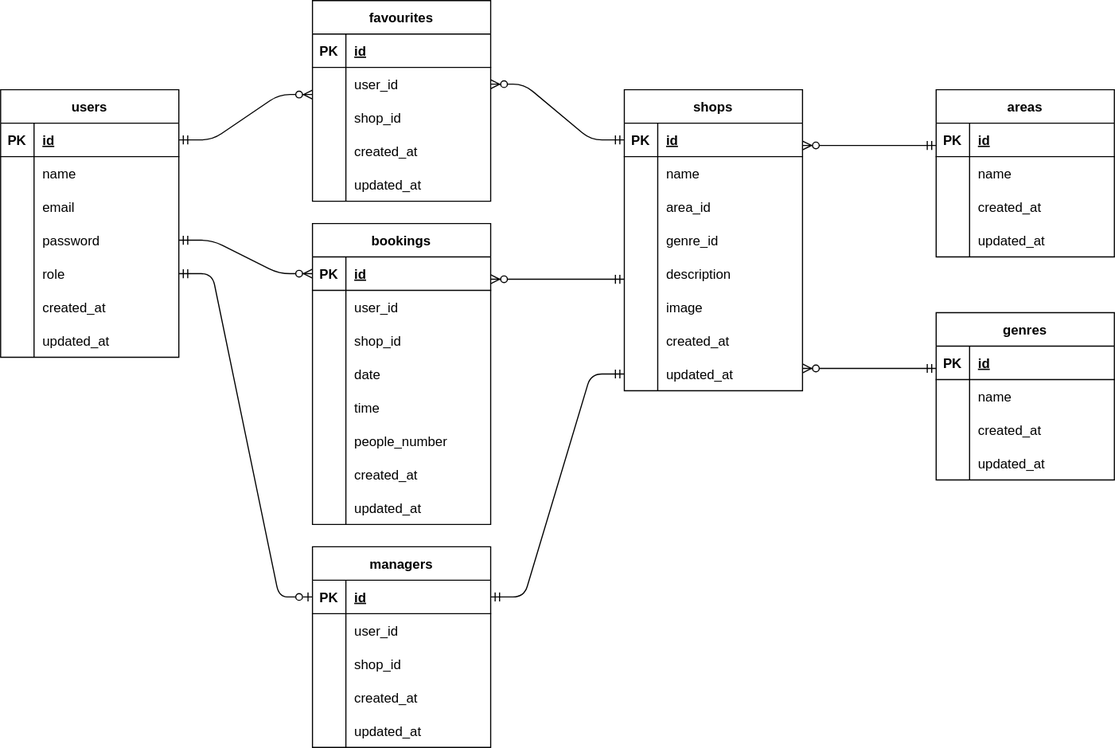
Before: index.drawio.svg, a diagram exported from draw.io (MiyokoNakada/20240603_Rese). Source tidied: cells renumbered, new cells last; positions are measured from the earlier drawing's top-left corner, leaving out a move shared by most shapes.
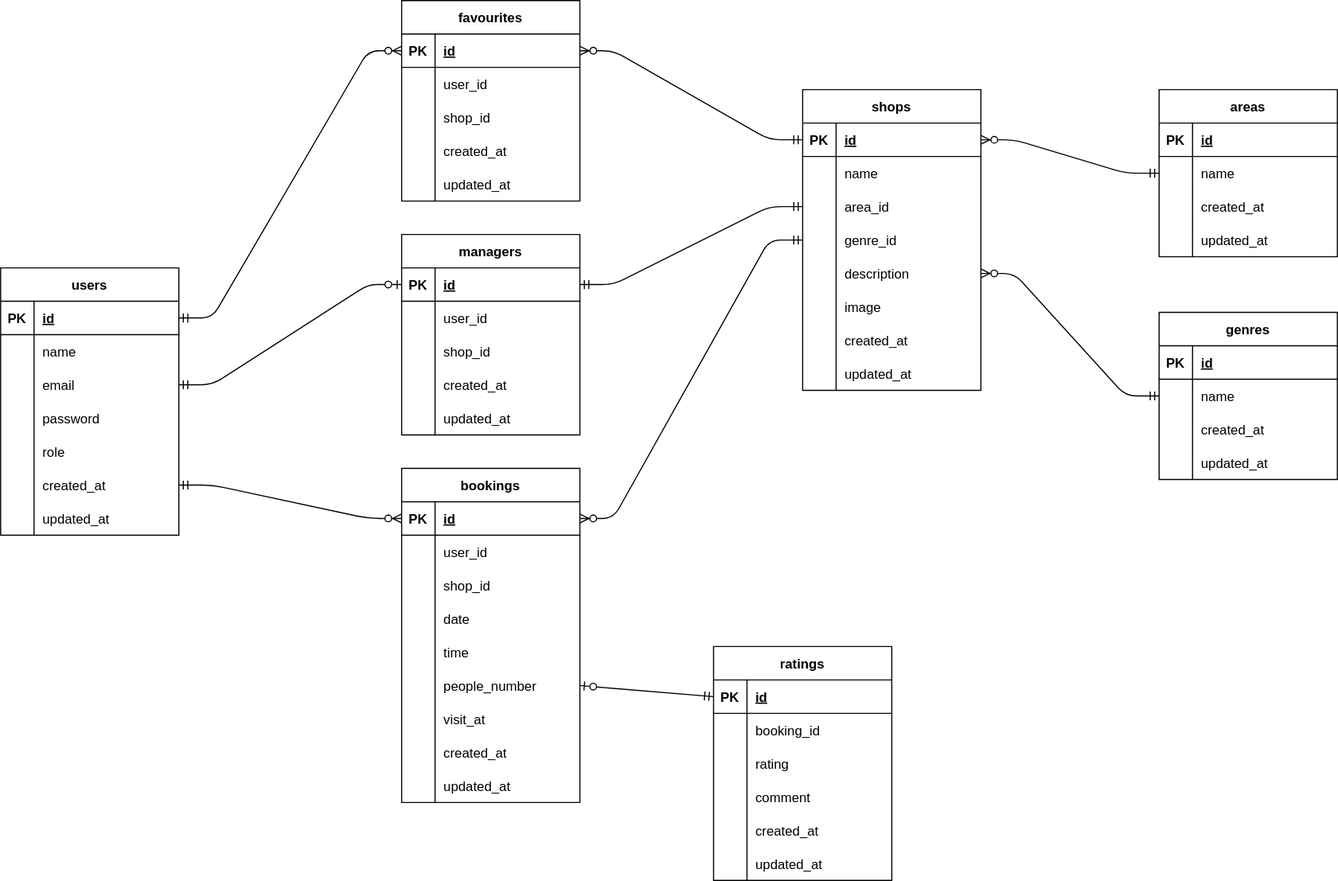
After the change.

Change to the diagram source:
```diff
@@ -3,7 +3,7 @@
     <mxCell id="0" />
     <mxCell id="1" parent="0" />
     <mxCell id="2" value="users" style="shape=table;startSize=30;rowLines=0;fontStyle=1;align=center;" parent="1" vertex="1">
-      <mxGeometry y="80" width="160" height="240" as="geometry" />
+      <mxGeometry y="280" width="160" height="240" as="geometry" />
     </mxCell>
     <mxCell id="3" style="shape=tableRow;horizontal=0;startSize=0;swimlaneHead=0;swimlaneBody=0;fillColor=none;points=[[0,0.5],[1,0.5]];portConstraint=eastwest;top=0;left=0;right=0;bottom=1;" parent="2" vertex="1">
       <mxGeometry y="30" width="160" height="30" as="geometry" />
@@ -69,7 +69,7 @@
       <mxGeometry x="30" width="130" height="30" as="geometry" />
     </mxCell>
     <mxCell id="24" value="favourites" style="shape=table;startSize=30;rowLines=0;fontStyle=1;align=center;" parent="1" vertex="1">
-      <mxGeometry x="280" width="160" height="180" as="geometry" />
+      <mxGeometry x="360" y="40" width="160" height="180" as="geometry" />
     </mxCell>
     <mxCell id="25" style="shape=tableRow;horizontal=0;startSize=0;swimlaneHead=0;swimlaneBody=0;fillColor=none;points=[[0,0.5],[1,0.5]];portConstraint=eastwest;top=0;left=0;right=0;bottom=1;" parent="24" vertex="1">
       <mxGeometry y="30" width="160" height="30" as="geometry" />
@@ -117,7 +117,7 @@
       <mxGeometry x="30" width="130" height="30" as="geometry" />
     </mxCell>
     <mxCell id="40" value="shops" style="shape=table;startSize=30;rowLines=0;fontStyle=1;align=center;" parent="1" vertex="1">
-      <mxGeometry x="560" y="80" width="160" height="270" as="geometry" />
+      <mxGeometry x="720" y="120" width="160" height="270" as="geometry" />
     </mxCell>
     <mxCell id="41" style="shape=tableRow;horizontal=0;startSize=0;swimlaneHead=0;swimlaneBody=0;fillColor=none;points=[[0,0.5],[1,0.5]];portConstraint=eastwest;top=0;left=0;right=0;bottom=1;" parent="40" vertex="1">
       <mxGeometry y="30" width="160" height="30" as="geometry" />
@@ -192,7 +192,7 @@
       <mxGeometry x="30" width="130" height="30" as="geometry" />
     </mxCell>
     <mxCell id="65" value="bookings" style="shape=table;startSize=30;rowLines=0;fontStyle=1;align=center;" parent="1" vertex="1">
-      <mxGeometry x="280" y="200" width="160" height="270" as="geometry" />
+      <mxGeometry x="360" y="460" width="160" height="300" as="geometry" />
     </mxCell>
     <mxCell id="66" style="shape=tableRow;horizontal=0;startSize=0;swimlaneHead=0;swimlaneBody=0;fillColor=none;points=[[0,0.5],[1,0.5]];portConstraint=eastwest;top=0;left=0;right=0;bottom=1;" parent="65" vertex="1">
       <mxGeometry y="30" width="160" height="30" as="geometry" />
@@ -254,7 +254,7 @@
     <mxCell id="85" style="shape=partialRectangle;fillColor=none;top=0;left=0;bottom=0;right=0;overflow=hidden;" parent="84" vertex="1">
       <mxGeometry width="30" height="30" as="geometry" />
     </mxCell>
-    <mxCell id="86" value="created_at" style="shape=partialRectangle;fillColor=none;top=0;left=0;bottom=0;right=0;align=left;spacingLeft=6;overflow=hidden;" parent="84" vertex="1">
+    <mxCell id="86" value="visit_at" style="shape=partialRectangle;fillColor=none;top=0;left=0;bottom=0;right=0;align=left;spacingLeft=6;overflow=hidden;" parent="84" vertex="1">
       <mxGeometry x="30" width="130" height="30" as="geometry" />
     </mxCell>
     <mxCell id="87" style="shape=tableRow;horizontal=0;startSize=0;swimlaneHead=0;swimlaneBody=0;fillColor=none;top=0;left=0;right=0;bottom=0;" parent="65" vertex="1">
@@ -263,11 +263,20 @@
     <mxCell id="88" style="shape=partialRectangle;fillColor=none;top=0;left=0;bottom=0;right=0;overflow=hidden;" parent="87" vertex="1">
       <mxGeometry width="30" height="30" as="geometry" />
     </mxCell>
-    <mxCell id="89" value="updated_at" style="shape=partialRectangle;fillColor=none;top=0;left=0;bottom=0;right=0;align=left;spacingLeft=6;overflow=hidden;" parent="87" vertex="1">
+    <mxCell id="89" value="created_at" style="shape=partialRectangle;fillColor=none;top=0;left=0;bottom=0;right=0;align=left;spacingLeft=6;overflow=hidden;" parent="87" vertex="1">
       <mxGeometry x="30" width="130" height="30" as="geometry" />
     </mxCell>
+    <mxCell id="140" style="shape=tableRow;horizontal=0;startSize=0;swimlaneHead=0;swimlaneBody=0;fillColor=none;top=0;left=0;right=0;bottom=0;" parent="65" vertex="1">
+      <mxGeometry y="270" width="160" height="30" as="geometry" />
+    </mxCell>
+    <mxCell id="141" style="shape=partialRectangle;fillColor=none;top=0;left=0;bottom=0;right=0;overflow=hidden;" parent="140" vertex="1">
+      <mxGeometry width="30" height="30" as="geometry" />
+    </mxCell>
+    <mxCell id="142" value="updated_at" style="shape=partialRectangle;fillColor=none;top=0;left=0;bottom=0;right=0;align=left;spacingLeft=6;overflow=hidden;" parent="140" vertex="1">
+      <mxGeometry x="30" width="130" height="30" as="geometry" />
+    </mxCell>
     <mxCell id="90" value="areas" style="shape=table;startSize=30;rowLines=0;fontStyle=1;align=center;" parent="1" vertex="1">
-      <mxGeometry x="840" y="80" width="160" height="150" as="geometry" />
+      <mxGeometry x="1040" y="120" width="160" height="150" as="geometry" />
     </mxCell>
     <mxCell id="91" style="shape=tableRow;horizontal=0;startSize=0;swimlaneHead=0;swimlaneBody=0;fillColor=none;top=0;left=0;right=0;bottom=1;" parent="90" vertex="1">
       <mxGeometry y="30" width="160" height="30" as="geometry" />
@@ -306,7 +315,7 @@
       <mxGeometry x="30" width="130" height="30" as="geometry" />
     </mxCell>
     <mxCell id="103" value="genres" style="shape=table;startSize=30;rowLines=0;fontStyle=1;align=center;" parent="1" vertex="1">
-      <mxGeometry x="840" y="280" width="160" height="150" as="geometry" />
+      <mxGeometry x="1040" y="320" width="160" height="150" as="geometry" />
     </mxCell>
     <mxCell id="104" style="shape=tableRow;horizontal=0;startSize=0;swimlaneHead=0;swimlaneBody=0;fillColor=none;top=0;left=0;right=0;bottom=1;" parent="103" vertex="1">
       <mxGeometry y="30" width="160" height="30" as="geometry" />
@@ -344,35 +353,26 @@
     <mxCell id="115" value="updated_at" style="shape=partialRectangle;fillColor=none;top=0;left=0;bottom=0;right=0;align=left;spacingLeft=6;overflow=hidden;" parent="113" vertex="1">
       <mxGeometry x="30" width="130" height="30" as="geometry" />
     </mxCell>
-    <mxCell id="116" style="edgeStyle=entityRelationEdgeStyle;fontSize=12;html=1;endArrow=ERzeroToMany;startArrow=ERmandOne;exitX=1;exitY=0.5;exitDx=0;exitDy=0;entryX=0;entryY=0.81;entryDx=0;entryDy=0;entryPerimeter=0;" parent="1" edge="1" source="3" target="28">
+    <mxCell id="116" style="edgeStyle=entityRelationEdgeStyle;fontSize=12;html=1;endArrow=ERzeroToMany;startArrow=ERmandOne;exitX=1;exitY=0.5;exitDx=0;exitDy=0;entryX=0;entryY=0.5;entryDx=0;entryDy=0;" parent="1" edge="1" source="3" target="25">
       <mxGeometry relative="1" as="geometry" />
     </mxCell>
-    <mxCell id="117" style="fontSize=12;html=1;endArrow=ERzeroToMany;startArrow=ERmandOne;entryX=1;entryY=0.5;entryDx=0;entryDy=0;strokeColor=default;edgeStyle=entityRelationEdgeStyle;exitX=0;exitY=0.5;exitDx=0;exitDy=0;" parent="1" edge="1" source="41" target="28">
+    <mxCell id="117" style="fontSize=12;html=1;endArrow=ERzeroToMany;startArrow=ERmandOne;entryX=1;entryY=0.5;entryDx=0;entryDy=0;strokeColor=default;edgeStyle=entityRelationEdgeStyle;exitX=0;exitY=0.5;exitDx=0;exitDy=0;" parent="1" edge="1" source="41" target="25">
       <mxGeometry relative="1" as="geometry" />
     </mxCell>
-    <mxCell id="118" style="fontSize=12;html=1;endArrow=ERzeroToMany;startArrow=ERmandOne;exitX=1;exitY=0.5;exitDx=0;exitDy=0;entryX=0;entryY=0.5;entryDx=0;entryDy=0;strokeColor=default;" parent="1" edge="1">
-      <mxGeometry relative="1" as="geometry">
-        <mxPoint x="840" y="130" as="sourcePoint" />
-        <mxPoint x="720" y="130" as="targetPoint" />
-      </mxGeometry>
+    <mxCell id="118" style="fontSize=12;html=1;endArrow=ERzeroToMany;startArrow=ERmandOne;exitX=0;exitY=0.5;exitDx=0;exitDy=0;entryX=1;entryY=0.5;entryDx=0;entryDy=0;strokeColor=default;jumpStyle=none;edgeStyle=entityRelationEdgeStyle;" parent="1" edge="1" source="94" target="41">
+      <mxGeometry relative="1" as="geometry" />
     </mxCell>
-    <mxCell id="119" style="fontSize=12;html=1;endArrow=ERzeroToMany;startArrow=ERmandOne;exitX=1;exitY=0.5;exitDx=0;exitDy=0;entryX=0;entryY=0.5;entryDx=0;entryDy=0;strokeColor=default;" parent="1" edge="1">
-      <mxGeometry relative="1" as="geometry">
-        <mxPoint x="840" y="330" as="sourcePoint" />
-        <mxPoint x="720" y="330" as="targetPoint" />
-      </mxGeometry>
+    <mxCell id="119" style="fontSize=12;html=1;endArrow=ERzeroToMany;startArrow=ERmandOne;exitX=0;exitY=0.5;exitDx=0;exitDy=0;entryX=1;entryY=0.5;entryDx=0;entryDy=0;strokeColor=default;edgeStyle=entityRelationEdgeStyle;" parent="1" edge="1" source="107" target="53">
+      <mxGeometry relative="1" as="geometry" />
     </mxCell>
-    <mxCell id="120" style="fontSize=12;html=1;endArrow=ERzeroToMany;startArrow=ERmandOne;exitX=1;exitY=0.5;exitDx=0;exitDy=0;entryX=0;entryY=0.5;entryDx=0;entryDy=0;strokeColor=default;" parent="1" edge="1">
-      <mxGeometry relative="1" as="geometry">
-        <mxPoint x="560" y="250" as="sourcePoint" />
-        <mxPoint x="440" y="250" as="targetPoint" />
-      </mxGeometry>
+    <mxCell id="120" style="fontSize=12;html=1;endArrow=ERzeroToMany;startArrow=ERmandOne;exitX=0;exitY=0.5;exitDx=0;exitDy=0;strokeColor=default;edgeStyle=entityRelationEdgeStyle;" parent="1" edge="1" source="50" target="66">
+      <mxGeometry relative="1" as="geometry" />
     </mxCell>
-    <mxCell id="121" style="edgeStyle=entityRelationEdgeStyle;fontSize=12;html=1;endArrow=ERzeroToMany;startArrow=ERmandOne;exitX=1;exitY=0.5;exitDx=0;exitDy=0;entryX=0;entryY=0.5;entryDx=0;entryDy=0;" parent="1" edge="1" source="12" target="66">
+    <mxCell id="121" style="edgeStyle=entityRelationEdgeStyle;fontSize=12;html=1;endArrow=ERzeroToMany;startArrow=ERmandOne;exitX=1;exitY=0.5;exitDx=0;exitDy=0;entryX=0;entryY=0.5;entryDx=0;entryDy=0;" parent="1" edge="1" source="18" target="66">
       <mxGeometry relative="1" as="geometry" />
     </mxCell>
     <mxCell id="122" value="managers" style="shape=table;startSize=30;rowLines=0;fontStyle=1;align=center;" parent="1" vertex="1">
-      <mxGeometry x="280" y="490" width="160" height="180" as="geometry" />
+      <mxGeometry x="360" y="250" width="160" height="180" as="geometry" />
     </mxCell>
     <mxCell id="123" style="shape=tableRow;horizontal=0;startSize=0;swimlaneHead=0;swimlaneBody=0;fillColor=none;points=[[0,0.5],[1,0.5]];portConstraint=eastwest;top=0;left=0;right=0;bottom=1;" parent="122" vertex="1">
       <mxGeometry y="30" width="160" height="30" as="geometry" />
@@ -419,11 +419,71 @@
     <mxCell id="137" value="updated_at" style="shape=partialRectangle;fillColor=none;top=0;left=0;bottom=0;right=0;align=left;spacingLeft=6;overflow=hidden;" parent="135" vertex="1">
       <mxGeometry x="30" width="130" height="30" as="geometry" />
     </mxCell>
-    <mxCell id="138" style="edgeStyle=entityRelationEdgeStyle;fontSize=12;html=1;endArrow=ERzeroToOne;startArrow=ERmandOne;exitX=1;exitY=0.5;exitDx=0;exitDy=0;entryX=0;entryY=0.5;entryDx=0;entryDy=0;endFill=0;" parent="1" edge="1" source="15" target="123">
+    <mxCell id="138" style="edgeStyle=entityRelationEdgeStyle;fontSize=12;html=1;endArrow=ERzeroToOne;startArrow=ERmandOne;entryX=0;entryY=0.5;entryDx=0;entryDy=0;endFill=0;" parent="1" edge="1" source="9" target="123">
       <mxGeometry relative="1" as="geometry" />
     </mxCell>
-    <mxCell id="139" style="fontSize=12;html=1;endArrow=ERmandOne;startArrow=ERmandOne;entryX=1;entryY=0.5;entryDx=0;entryDy=0;strokeColor=default;edgeStyle=entityRelationEdgeStyle;exitX=0;exitY=0.5;exitDx=0;exitDy=0;startFill=0;endFill=0;" parent="1" edge="1" source="62" target="123">
+    <mxCell id="139" style="fontSize=12;html=1;endArrow=ERmandOne;startArrow=ERmandOne;entryX=1;entryY=0.5;entryDx=0;entryDy=0;strokeColor=default;edgeStyle=entityRelationEdgeStyle;exitX=0;exitY=0.5;exitDx=0;exitDy=0;startFill=0;endFill=0;" parent="1" edge="1" source="47" target="123">
       <mxGeometry relative="1" as="geometry" />
     </mxCell>
+    <mxCell id="143" value="ratings" style="shape=table;startSize=30;rowLines=0;fontStyle=1;align=center;" parent="1" vertex="1">
+      <mxGeometry x="640" y="620" width="160" height="210" as="geometry" />
+    </mxCell>
+    <mxCell id="144" style="shape=tableRow;horizontal=0;startSize=0;swimlaneHead=0;swimlaneBody=0;fillColor=none;points=[[0,0.5],[1,0.5]];portConstraint=eastwest;top=0;left=0;right=0;bottom=1;" parent="143" vertex="1">
+      <mxGeometry y="30" width="160" height="30" as="geometry" />
+    </mxCell>
+    <mxCell id="145" value="PK" style="shape=partialRectangle;fillColor=none;top=0;left=0;bottom=0;right=0;fontStyle=1;overflow=hidden;" parent="144" vertex="1">
+      <mxGeometry width="30" height="30" as="geometry" />
+    </mxCell>
+    <mxCell id="146" value="id" style="shape=partialRectangle;fillColor=none;top=0;left=0;bottom=0;right=0;align=left;spacingLeft=6;fontStyle=5;overflow=hidden;" parent="144" vertex="1">
+      <mxGeometry x="30" width="130" height="30" as="geometry" />
+    </mxCell>
+    <mxCell id="147" style="shape=tableRow;horizontal=0;startSize=0;swimlaneHead=0;swimlaneBody=0;fillColor=none;top=0;left=0;right=0;bottom=0;" parent="143" vertex="1">
+      <mxGeometry y="60" width="160" height="30" as="geometry" />
+    </mxCell>
+    <mxCell id="148" style="shape=partialRectangle;fillColor=none;top=0;left=0;bottom=0;right=0;overflow=hidden;" parent="147" vertex="1">
+      <mxGeometry width="30" height="30" as="geometry" />
+    </mxCell>
+    <mxCell id="149" value="booking_id" style="shape=partialRectangle;fillColor=none;top=0;left=0;bottom=0;right=0;align=left;spacingLeft=6;overflow=hidden;" parent="147" vertex="1">
+      <mxGeometry x="30" width="130" height="30" as="geometry" />
+    </mxCell>
+    <mxCell id="150" style="shape=tableRow;horizontal=0;startSize=0;swimlaneHead=0;swimlaneBody=0;fillColor=none;top=0;left=0;right=0;bottom=0;" parent="143" vertex="1">
+      <mxGeometry y="90" width="160" height="30" as="geometry" />
+    </mxCell>
+    <mxCell id="151" style="shape=partialRectangle;fillColor=none;top=0;left=0;bottom=0;right=0;overflow=hidden;" parent="150" vertex="1">
+      <mxGeometry width="30" height="30" as="geometry" />
+    </mxCell>
+    <mxCell id="152" value="rating" style="shape=partialRectangle;fillColor=none;top=0;left=0;bottom=0;right=0;align=left;spacingLeft=6;overflow=hidden;" parent="150" vertex="1">
+      <mxGeometry x="30" width="130" height="30" as="geometry" />
+    </mxCell>
+    <mxCell id="153" style="shape=tableRow;horizontal=0;startSize=0;swimlaneHead=0;swimlaneBody=0;fillColor=none;top=0;left=0;right=0;bottom=0;" parent="143" vertex="1">
+      <mxGeometry y="120" width="160" height="30" as="geometry" />
+    </mxCell>
+    <mxCell id="154" style="shape=partialRectangle;fillColor=none;top=0;left=0;bottom=0;right=0;overflow=hidden;" parent="153" vertex="1">
+      <mxGeometry width="30" height="30" as="geometry" />
+    </mxCell>
+    <mxCell id="155" value="comment" style="shape=partialRectangle;fillColor=none;top=0;left=0;bottom=0;right=0;align=left;spacingLeft=6;overflow=hidden;" parent="153" vertex="1">
+      <mxGeometry x="30" width="130" height="30" as="geometry" />
+    </mxCell>
+    <mxCell id="156" style="shape=tableRow;horizontal=0;startSize=0;swimlaneHead=0;swimlaneBody=0;fillColor=none;top=0;left=0;right=0;bottom=0;" parent="143" vertex="1">
+      <mxGeometry y="150" width="160" height="30" as="geometry" />
+    </mxCell>
+    <mxCell id="157" style="shape=partialRectangle;fillColor=none;top=0;left=0;bottom=0;right=0;overflow=hidden;" parent="156" vertex="1">
+      <mxGeometry width="30" height="30" as="geometry" />
+    </mxCell>
+    <mxCell id="158" value="created_at" style="shape=partialRectangle;fillColor=none;top=0;left=0;bottom=0;right=0;align=left;spacingLeft=6;overflow=hidden;" parent="156" vertex="1">
+      <mxGeometry x="30" width="130" height="30" as="geometry" />
+    </mxCell>
+    <mxCell id="159" style="shape=tableRow;horizontal=0;startSize=0;swimlaneHead=0;swimlaneBody=0;fillColor=none;top=0;left=0;right=0;bottom=0;" parent="143" vertex="1">
+      <mxGeometry y="180" width="160" height="30" as="geometry" />
+    </mxCell>
+    <mxCell id="160" style="shape=partialRectangle;fillColor=none;top=0;left=0;bottom=0;right=0;overflow=hidden;" parent="159" vertex="1">
+      <mxGeometry width="30" height="30" as="geometry" />
+    </mxCell>
+    <mxCell id="161" value="updated_at" style="shape=partialRectangle;fillColor=none;top=0;left=0;bottom=0;right=0;align=left;spacingLeft=6;overflow=hidden;" parent="159" vertex="1">
+      <mxGeometry x="30" width="130" height="30" as="geometry" />
+    </mxCell>
+    <mxCell id="162" style="fontSize=12;html=1;endArrow=ERzeroToOne;startArrow=ERmandOne;entryX=1;entryY=0.5;entryDx=0;entryDy=0;strokeColor=default;jumpStyle=none;exitX=0;exitY=0.5;exitDx=0;exitDy=0;endFill=0;" parent="1" edge="1" source="144" target="81">
+      <mxGeometry relative="1" as="geometry" />
+    </mxCell>
   </root>
 </mxGraphModel>
```
